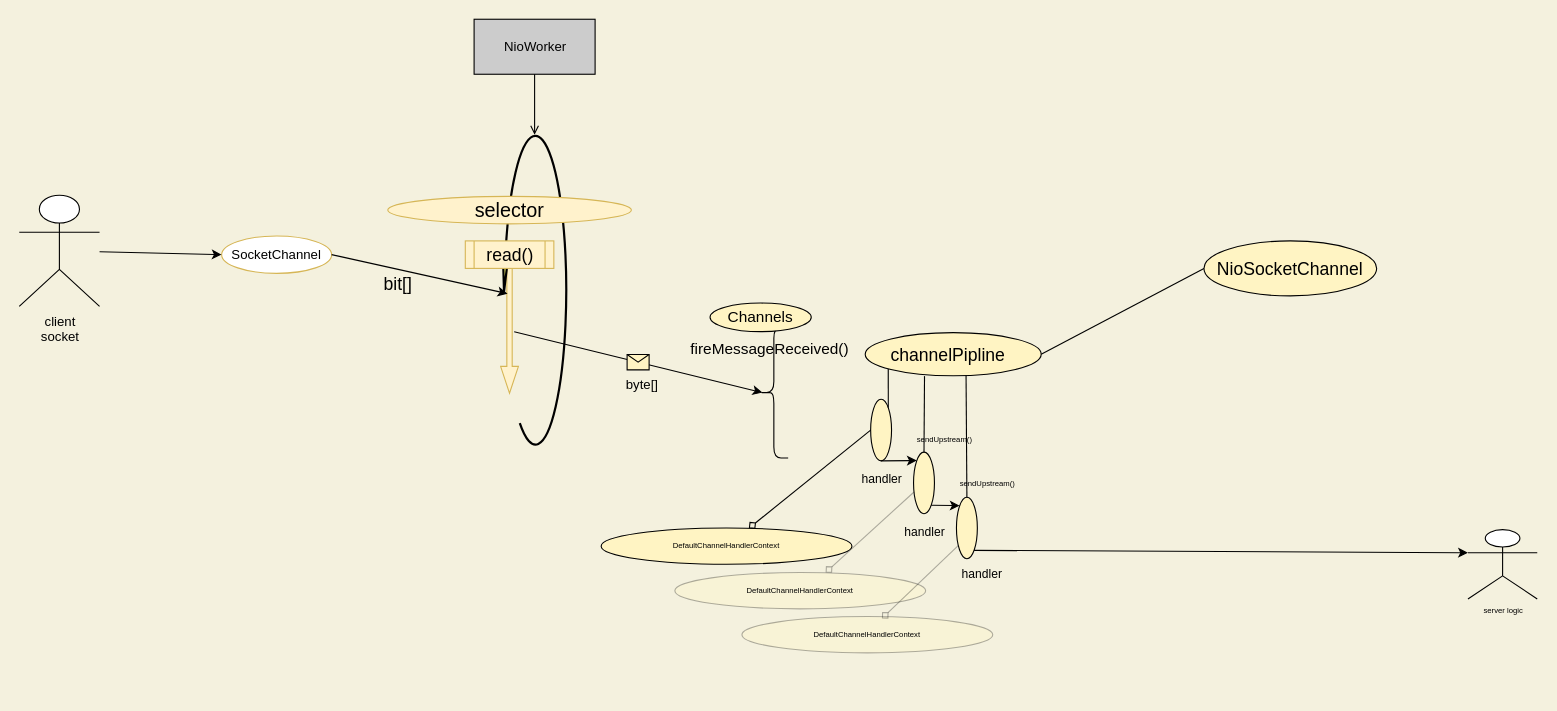
Before: readingClientSocket.drawio in 11800222/MeleyForDiagramsStorage, a draw.io diagram. Source tidied: cells renumbered, new cells numbered last; positions are measured from the earlier drawing's top-left corner, leaving out a move shared by most shapes. Both pictures are drawn from the tidied source at 110%, with x=0, y=0 at pixel (19, 19).
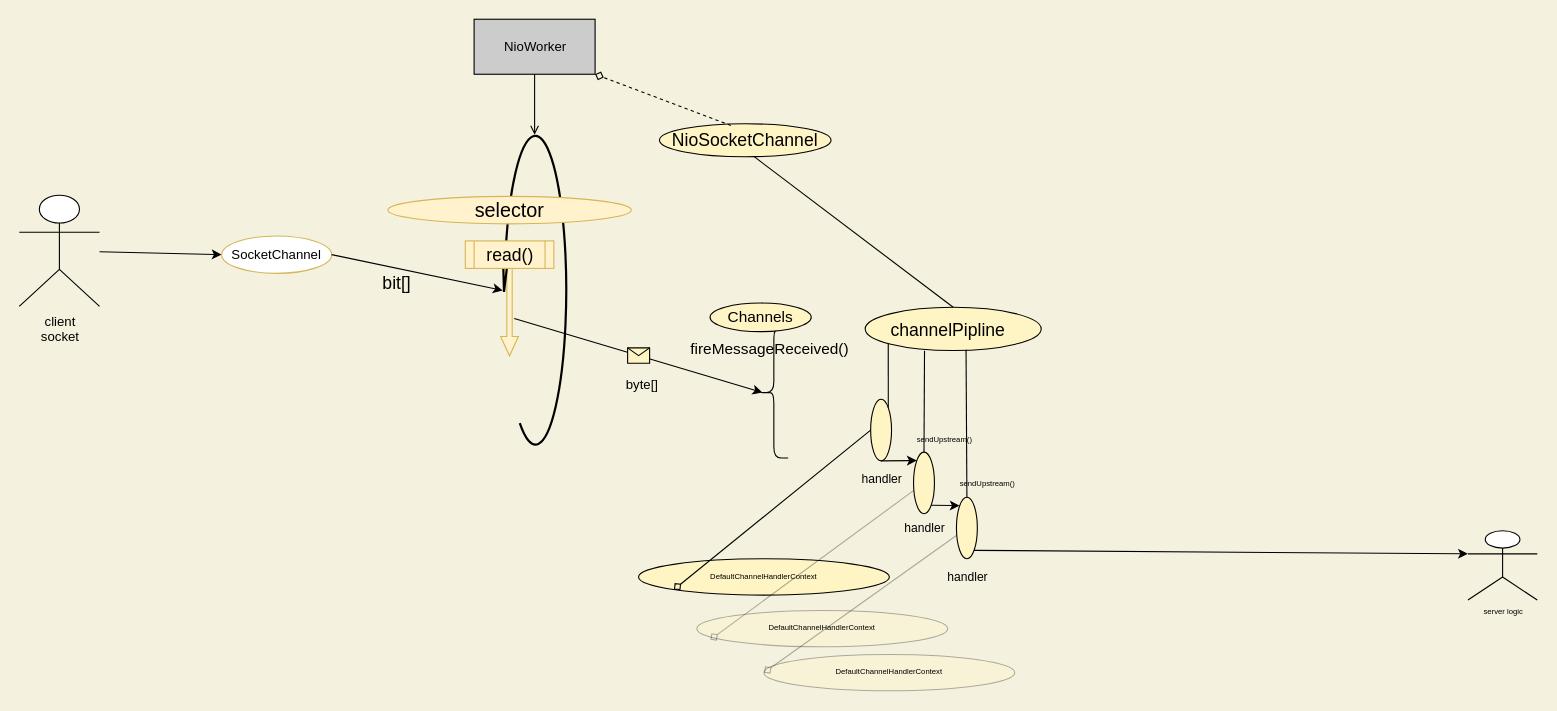
The same diagram, later.

Unchanged cells that the change refers to:
```xml
<mxCell id="4" value="NioWorker" style="html=1;fillColor=#CCCCCC;" parent="1" vertex="1">
  <mxGeometry x="413.5" width="110" height="50" as="geometry" />
</mxCell>
<mxCell id="5" value="SocketChannel" style="ellipse;whiteSpace=wrap;html=1;fillColor=#FFFFFF;strokeColor=#d6b656;" parent="1" vertex="1">
  <mxGeometry x="184" y="197" width="100" height="34" as="geometry" />
</mxCell>
<mxCell id="7" style="verticalLabelPosition=bottom;html=1;verticalAlign=top;strokeWidth=2;shape=mxgraph.lean_mapping.physical_pull;fillColor=#FFFA75;rotation=-180;" parent="1" vertex="1">
  <mxGeometry x="439.5" y="105" width="58" height="283" as="geometry" />
</mxCell>
<mxCell id="20" style="shape=curlyBracket;whiteSpace=wrap;html=1;rounded=1;labelBackgroundColor=none;fontSize=14;fillColor=#FFF4C3;" parent="1" vertex="1">
  <mxGeometry x="673" y="280" width="26" height="118.8" as="geometry" />
</mxCell>
<mxCell id="23" style="ellipse;whiteSpace=wrap;html=1;fontSize=16;fillColor=#FFF4C3;" parent="1" vertex="1">
  <mxGeometry x="774" y="345.5" width="19" height="56" as="geometry" />
</mxCell>
<mxCell id="24" style="ellipse;whiteSpace=wrap;html=1;fontSize=16;fillColor=#FFF4C3;" parent="1" vertex="1">
  <mxGeometry x="813" y="393.5" width="19" height="56" as="geometry" />
</mxCell>
<mxCell id="26" style="ellipse;whiteSpace=wrap;html=1;fontSize=16;fillColor=#FFF4C3;" parent="1" vertex="1">
  <mxGeometry x="852" y="434.5" width="19" height="56" as="geometry" />
</mxCell>
```

Change to the diagram source:
```diff
@@
     <mxCell id="2" style="shape=singleArrow;direction=south;whiteSpace=wrap;html=1;fontSize=16;fillColor=#fff2cc;strokeColor=#d6b656;" parent="1" vertex="1">
-      <mxGeometry x="437.6" y="218" width="16.2" height="122" as="geometry" />
+      <mxGeometry x="437.6" y="218" width="16.2" height="88" as="geometry" />
     </mxCell>
@@
     <mxCell id="11" value="NioSocketChannel" style="ellipse;whiteSpace=wrap;html=1;fontSize=16;fillColor=#FFF4C3;" parent="1" vertex="1">
-      <mxGeometry x="1077" y="201.5" width="157" height="50" as="geometry" />
+      <mxGeometry x="582" y="95" width="156" height="30" as="geometry" />
     </mxCell>
-    <mxCell id="12" style="endArrow=classic;html=1;rounded=0;fontSize=16;exitX=1;exitY=0.5;exitDx=0;exitDy=0;entryX=0.258;entryY=0.61;entryDx=0;entryDy=0;entryPerimeter=0;" parent="1" edge="1" source="5" target="2">
+    <mxCell id="12" style="endArrow=classic;html=1;rounded=0;fontSize=16;exitX=1;exitY=0.5;exitDx=0;exitDy=0;entryX=0.98;entryY=0.5;entryDx=0;entryDy=0;" parent="1" edge="1" source="5" target="7">
       <mxGeometry relative="1" as="geometry" />
     </mxCell>
@@
-    <mxCell id="14" style="endArrow=classic;html=1;rounded=0;fontSize=16;entryX=0.1;entryY=0.5;entryDx=0;entryDy=0;exitX=0.542;exitY=0.239;exitDx=0;exitDy=0;exitPerimeter=0;entryPerimeter=0;" parent="1" edge="1" source="2" target="20">
-      <mxGeometry relative="1" as="geometry" />
+    <mxCell id="14" style="endArrow=classic;html=1;rounded=0;fontSize=16;entryX=0.1;entryY=0.5;entryDx=0;entryDy=0;entryPerimeter=0;" parent="1" edge="1" target="20">
+      <mxGeometry relative="1" as="geometry">
+        <mxPoint x="450" y="272" as="sourcePoint" />
+      </mxGeometry>
     </mxCell>
@@
     <mxCell id="17" style="ellipse;whiteSpace=wrap;html=1;fontFamily=Helvetica;fontSize=14;fontColor=default;align=center;strokeColor=default;fillColor=#FFF4C3;rotation=90;" parent="1" vertex="1">
-      <mxGeometry x="829.4" y="224.5" width="39.3" height="160" as="geometry" />
+      <mxGeometry x="829.4" y="201.5" width="39.3" height="160" as="geometry" />
     </mxCell>
     <mxCell id="18" value="channelPipline" style="text;html=1;align=center;verticalAlign=middle;strokeColor=none;fillColor=none;fontSize=16;" parent="1" vertex="1">
-      <mxGeometry x="787" y="293" width="114" height="23" as="geometry" />
+      <mxGeometry x="787" y="270" width="114" height="23" as="geometry" />
     </mxCell>
-    <mxCell id="19" style="endArrow=none;html=1;rounded=0;fontSize=14;entryX=0;entryY=0.5;entryDx=0;entryDy=0;exitX=0.5;exitY=0;exitDx=0;exitDy=0;exitPerimeter=0;endFill=0;" parent="1" edge="1" source="17" target="11">
+    <mxCell id="19" style="endArrow=none;html=1;rounded=0;fontSize=14;entryX=0.554;entryY=1.005;entryDx=0;entryDy=0;exitX=0;exitY=0.5;exitDx=0;exitDy=0;endFill=0;entryPerimeter=0;" parent="1" edge="1" source="17" target="11">
       <mxGeometry relative="1" as="geometry" />
     </mxCell>
@@
     <mxCell id="29" value="handler" style="text;html=1;align=center;verticalAlign=middle;strokeColor=none;fillColor=none;fontSize=11;" parent="1" vertex="1">
-      <mxGeometry x="848" y="495.5" width="53" height="17" as="geometry" />
+      <mxGeometry x="835" y="498" width="53" height="17" as="geometry" />
     </mxCell>
@@
     <mxCell id="32" value="handler" style="text;html=1;align=center;verticalAlign=middle;strokeColor=none;fillColor=none;fontSize=11;" parent="1" vertex="1">
-      <mxGeometry x="796" y="457.5" width="53" height="17" as="geometry" />
+      <mxGeometry x="796" y="454" width="53" height="17" as="geometry" />
     </mxCell>
@@
     <mxCell id="34" value="server logic" style="shape=umlActor;verticalLabelPosition=bottom;verticalAlign=top;html=1;outlineConnect=0;fontSize=7;fillColor=#FFFFFF;" parent="1" vertex="1">
-      <mxGeometry x="1317" y="464" width="63" height="63" as="geometry" />
+      <mxGeometry x="1317" y="465" width="63" height="63" as="geometry" />
     </mxCell>
@@
     <mxCell id="38" value="&lt;span style=&quot;font-size: 7px;&quot;&gt;DefaultChannelHandlerContext&lt;/span&gt;" style="ellipse;whiteSpace=wrap;html=1;labelBackgroundColor=none;fontSize=7;fillColor=#FFF4C3;" parent="1" vertex="1">
-      <mxGeometry x="529" y="462.5" width="228" height="33" as="geometry" />
+      <mxGeometry x="563" y="490.5" width="228" height="33" as="geometry" />
     </mxCell>
-    <mxCell id="39" style="endArrow=none;html=1;rounded=0;fontSize=7;strokeWidth=1;entryX=0;entryY=0.5;entryDx=0;entryDy=0;startArrow=diamond;startFill=0;endFill=0;" parent="1" edge="1" source="38" target="23">
+    <mxCell id="39" style="endArrow=none;html=1;rounded=0;fontSize=7;strokeWidth=1;entryX=0;entryY=0.5;entryDx=0;entryDy=0;startArrow=diamond;startFill=0;endFill=0;exitX=0;exitY=1;exitDx=0;exitDy=0;" parent="1" edge="1" source="38" target="23">
       <mxGeometry relative="1" as="geometry" />
     </mxCell>
     <mxCell id="40" value="&lt;span style=&quot;font-size: 7px;&quot;&gt;DefaultChannelHandlerContext&lt;/span&gt;" style="ellipse;whiteSpace=wrap;html=1;labelBackgroundColor=none;fontSize=7;fillColor=#FFF4C3;opacity=30;" parent="1" vertex="1">
-      <mxGeometry x="596" y="503" width="228" height="33" as="geometry" />
+      <mxGeometry x="616" y="537.5" width="228" height="33" as="geometry" />
     </mxCell>
     <mxCell id="41" value="&lt;span style=&quot;font-size: 7px;&quot;&gt;DefaultChannelHandlerContext&lt;/span&gt;" style="ellipse;whiteSpace=wrap;html=1;labelBackgroundColor=none;fontSize=7;fillColor=#FFF4C3;opacity=30;" parent="1" vertex="1">
-      <mxGeometry x="657" y="543" width="228" height="33" as="geometry" />
+      <mxGeometry x="677" y="577.5" width="228" height="33" as="geometry" />
     </mxCell>
-    <mxCell id="42" style="endArrow=none;html=1;rounded=0;fontSize=7;strokeWidth=1;startArrow=diamond;startFill=0;endFill=0;exitX=0.601;exitY=0;exitDx=0;exitDy=0;exitPerimeter=0;opacity=30;" parent="1" edge="1" source="40" target="24">
+    <mxCell id="42" style="endArrow=none;html=1;rounded=0;fontSize=7;strokeWidth=1;startArrow=diamond;startFill=0;endFill=0;exitX=0.054;exitY=0.803;exitDx=0;exitDy=0;exitPerimeter=0;opacity=30;" parent="1" edge="1" source="40" target="24">
       <mxGeometry relative="1" as="geometry" />
     </mxCell>
-    <mxCell id="43" style="endArrow=none;html=1;rounded=0;fontSize=7;strokeWidth=1;entryX=0.083;entryY=0.787;entryDx=0;entryDy=0;startArrow=diamond;startFill=0;endFill=0;entryPerimeter=0;exitX=0.558;exitY=0.054;exitDx=0;exitDy=0;exitPerimeter=0;opacity=30;" parent="1" edge="1" source="41" target="26">
+    <mxCell id="43" style="endArrow=none;html=1;rounded=0;fontSize=7;strokeWidth=1;startArrow=diamond;startFill=0;endFill=0;exitX=0;exitY=0.5;exitDx=0;exitDy=0;opacity=30;" parent="1" edge="1" source="41" target="26">
       <mxGeometry relative="1" as="geometry" />
     </mxCell>
+    <mxCell id="44" style="endArrow=diamond;html=1;rounded=0;fontSize=14;entryX=1;entryY=1;entryDx=0;entryDy=0;exitX=0.416;exitY=0.052;exitDx=0;exitDy=0;endFill=0;exitPerimeter=0;startArrow=none;startFill=0;dashed=1;" parent="1" edge="1" source="11" target="4">
+      <mxGeometry relative="1" as="geometry" />
+    </mxCell>
```
